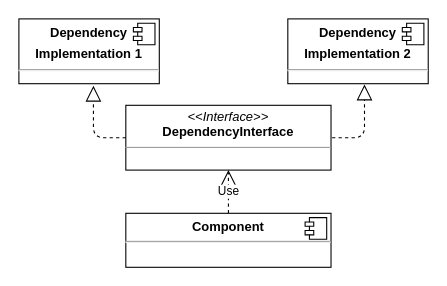
The draw.io diagram content/posts/094-dependencies/diagrams/volatile.drawio in panzerdp/dmitripavlutin.com, before the edit. Source tidied: cells renumbered, new cells numbered last; positions are measured from the earlier drawing's top-left corner, leaving out a move shared by most shapes. Both pictures are drawn from the tidied source at 108%, with x=0, y=0 at pixel (18, 18).
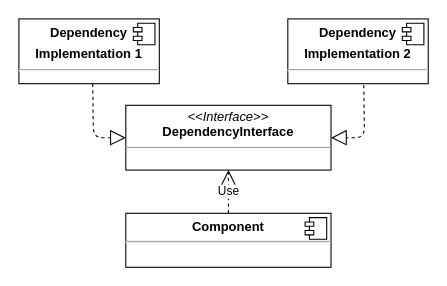
After the change.

Diff of the diagram source:
```diff
@@
 <mxGraphModel>
   <root>
     <mxCell id="0" />
     <mxCell id="1" parent="0" />
     <mxCell id="2" value="&lt;p style=&quot;margin: 0px ; margin-top: 4px ; text-align: center&quot;&gt;&lt;i&gt;&amp;lt;&amp;lt;Interface&amp;gt;&amp;gt;&lt;/i&gt;&lt;br&gt;&lt;b&gt;DependencyInterface&lt;/b&gt;&lt;/p&gt;&lt;hr size=&quot;1&quot;&gt;" style="verticalAlign=top;align=left;overflow=fill;fontSize=12;fontFamily=Helvetica;html=1;" parent="1" vertex="1">
       <mxGeometry x="99" y="80" width="190" height="60" as="geometry" />
     </mxCell>
     <mxCell id="3" value="&lt;p style=&quot;margin: 0px ; margin-top: 6px ; text-align: center&quot;&gt;&lt;b&gt;Component&lt;/b&gt;&lt;/p&gt;&lt;hr&gt;&lt;p style=&quot;margin: 0px ; margin-left: 8px&quot;&gt;&lt;br&gt;&lt;/p&gt;" style="align=left;overflow=fill;html=1;" parent="1" vertex="1">
       <mxGeometry x="99" y="180" width="190" height="50" as="geometry" />
     </mxCell>
     <mxCell id="4" style="shape=component;jettyWidth=8;jettyHeight=4;" parent="3" vertex="1">
       <mxGeometry x="1" width="20" height="20" relative="1" as="geometry">
         <mxPoint x="-24" y="4" as="offset" />
       </mxGeometry>
     </mxCell>
     <mxCell id="5" value="Use" style="endArrow=open;endSize=12;dashed=1;html=1;entryX=0.5;entryY=1;entryDx=0;entryDy=0;" parent="1" edge="1" source="3" target="2">
       <mxGeometry relative="1" as="geometry" />
     </mxCell>
     <mxCell id="6" value="&lt;p style=&quot;margin: 0px ; margin-top: 6px ; text-align: center&quot;&gt;&lt;b&gt;Dependency &lt;br&gt;&lt;/b&gt;&lt;/p&gt;&lt;p style=&quot;margin: 0px ; margin-top: 6px ; text-align: center&quot;&gt;&lt;b&gt;Implementation 1&lt;/b&gt;&lt;br&gt;&lt;/p&gt;&lt;hr&gt;&lt;p style=&quot;margin: 0px ; margin-left: 8px&quot;&gt;&lt;br&gt;&lt;/p&gt;" style="align=left;overflow=fill;html=1;" parent="1" vertex="1">
       <mxGeometry width="130" height="60" as="geometry" />
     </mxCell>
     <mxCell id="7" style="shape=component;jettyWidth=8;jettyHeight=4;" parent="6" vertex="1">
       <mxGeometry x="1" width="20" height="20" relative="1" as="geometry">
         <mxPoint x="-24" y="4" as="offset" />
       </mxGeometry>
     </mxCell>
     <mxCell id="8" value="&lt;p style=&quot;margin: 0px ; margin-top: 6px ; text-align: center&quot;&gt;&lt;b&gt;Dependency &lt;br&gt;&lt;/b&gt;&lt;/p&gt;&lt;p style=&quot;margin: 0px ; margin-top: 6px ; text-align: center&quot;&gt;&lt;b&gt;Implementation 2&lt;/b&gt;&lt;br&gt;&lt;/p&gt;&lt;hr&gt;&lt;p style=&quot;margin: 0px ; margin-left: 8px&quot;&gt;&lt;br&gt;&lt;/p&gt;" style="align=left;overflow=fill;html=1;" parent="1" vertex="1">
       <mxGeometry x="249" width="130" height="60" as="geometry" />
     </mxCell>
     <mxCell id="9" style="shape=component;jettyWidth=8;jettyHeight=4;" parent="8" vertex="1">
       <mxGeometry x="1" width="20" height="20" relative="1" as="geometry">
         <mxPoint x="-24" y="4" as="offset" />
       </mxGeometry>
     </mxCell>
-    <mxCell id="10" style="endArrow=block;dashed=1;endFill=0;endSize=12;html=1;exitX=0;exitY=0.5;exitDx=0;exitDy=0;" parent="1" edge="1" source="2">
+    <mxCell id="10" style="endArrow=block;dashed=1;endFill=0;endSize=12;html=1;exitX=0.526;exitY=1;exitDx=0;exitDy=0;exitPerimeter=0;entryX=0;entryY=0.5;entryDx=0;entryDy=0;" parent="1" edge="1" source="6" target="2">
       <mxGeometry relative="1" as="geometry">
-        <mxPoint x="69" y="62" as="targetPoint" />
         <Array as="points">
           <mxPoint x="69" y="110" />
         </Array>
       </mxGeometry>
     </mxCell>
-    <mxCell id="11" style="endArrow=block;dashed=1;endFill=0;endSize=12;html=1;entryX=0.546;entryY=1.014;entryDx=0;entryDy=0;entryPerimeter=0;" parent="1" edge="1" target="8">
+    <mxCell id="11" style="endArrow=block;dashed=1;endFill=0;endSize=12;html=1;entryX=1;entryY=0.5;entryDx=0;entryDy=0;exitX=0.541;exitY=1.022;exitDx=0;exitDy=0;exitPerimeter=0;" parent="1" edge="1" source="8" target="2">
       <mxGeometry relative="1" as="geometry">
-        <mxPoint x="290" y="110" as="sourcePoint" />
         <Array as="points">
           <mxPoint x="320" y="110" />
         </Array>
       </mxGeometry>
     </mxCell>
   </root>
 </mxGraphModel>
```
